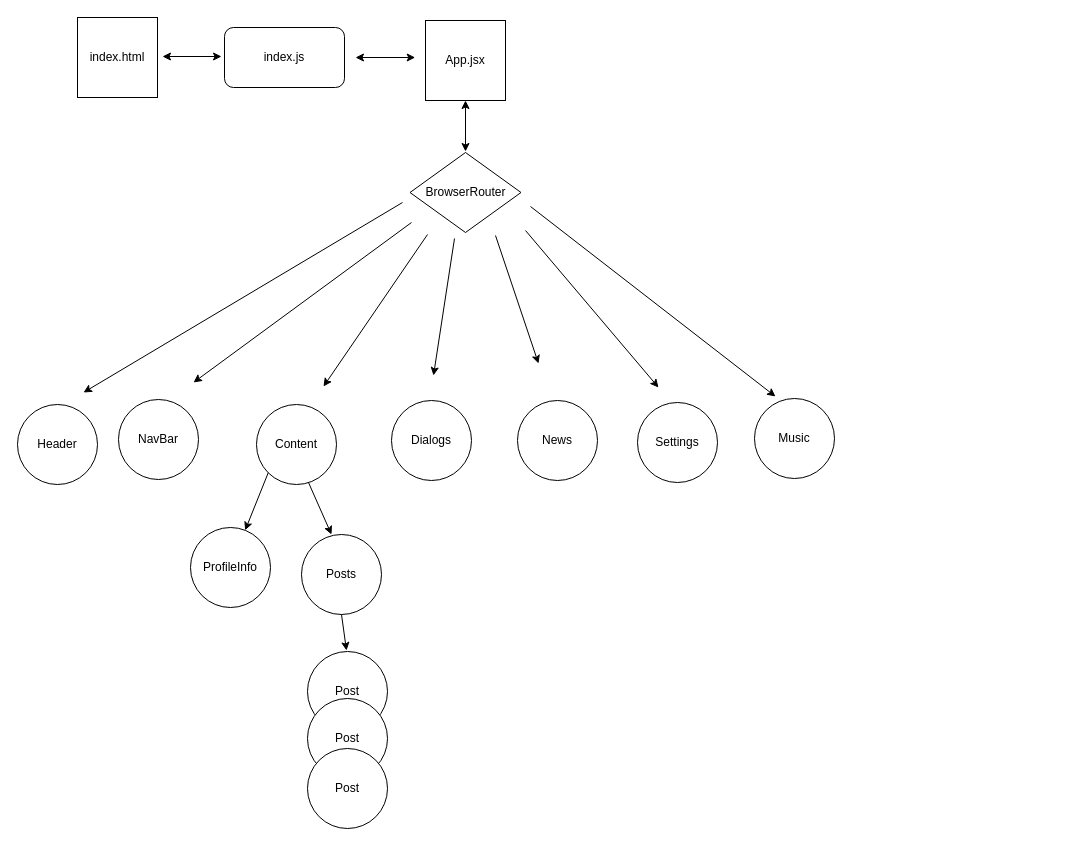
Earlier version of the draw.io diagram nickson-app.drawio (nikolajred/nickson-app). Source tidied: cells renumbered, new cells numbered last; positions are measured from the earlier drawing's top-left corner, leaving out a move shared by most shapes. Both pictures are drawn from the tidied source at 100%, with x=0, y=0 at pixel (17, 17).
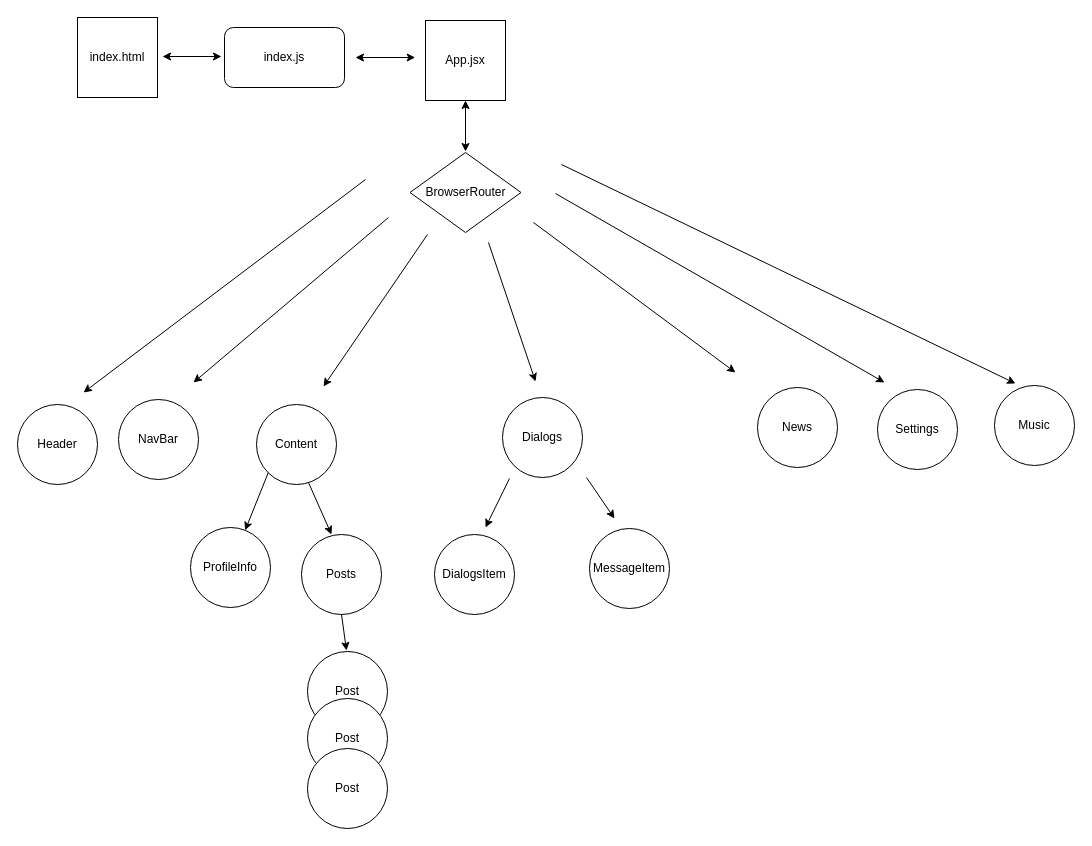
The same page after the edit.

Change to the diagram source:
```diff
@@
     <mxCell id="9" value="Dialogs" style="ellipse;whiteSpace=wrap;html=1;" parent="1" vertex="1">
-      <mxGeometry x="374" y="383" width="80" height="80" as="geometry" />
+      <mxGeometry x="485" y="380" width="80" height="80" as="geometry" />
     </mxCell>
     <mxCell id="10" value="News" style="ellipse;whiteSpace=wrap;html=1;" parent="1" vertex="1">
-      <mxGeometry x="500" y="383" width="80" height="80" as="geometry" />
+      <mxGeometry x="740" y="370" width="80" height="80" as="geometry" />
     </mxCell>
     <mxCell id="11" value="Settings" style="ellipse;whiteSpace=wrap;html=1;" parent="1" vertex="1">
-      <mxGeometry x="620" y="385" width="80" height="80" as="geometry" />
+      <mxGeometry x="860" y="372" width="80" height="80" as="geometry" />
     </mxCell>
@@
     <mxCell id="13" value="Music" style="ellipse;whiteSpace=wrap;html=1;" parent="1" vertex="1">
-      <mxGeometry x="737" y="381" width="80" height="80" as="geometry" />
+      <mxGeometry x="977" y="368" width="80" height="80" as="geometry" />
     </mxCell>
     <mxCell id="14" style="endArrow=classic;html=1;rounded=0;" parent="1" edge="1">
       <mxGeometry relative="1" as="geometry">
-        <mxPoint x="385" y="185" as="sourcePoint" />
+        <mxPoint x="348" y="162" as="sourcePoint" />
         <mxPoint x="66" y="375" as="targetPoint" />
       </mxGeometry>
     </mxCell>
     <mxCell id="15" style="endArrow=classic;html=1;rounded=0;" parent="1" edge="1">
       <mxGeometry relative="1" as="geometry">
-        <mxPoint x="394" y="205" as="sourcePoint" />
+        <mxPoint x="371" y="200" as="sourcePoint" />
         <mxPoint x="176" y="365" as="targetPoint" />
       </mxGeometry>
     </mxCell>
@@
     <mxCell id="17" style="endArrow=classic;html=1;rounded=0;" parent="1" edge="1">
       <mxGeometry relative="1" as="geometry">
-        <mxPoint x="437" y="221" as="sourcePoint" />
-        <mxPoint x="416" y="358" as="targetPoint" />
+        <mxPoint x="471" y="225" as="sourcePoint" />
+        <mxPoint x="518" y="364" as="targetPoint" />
       </mxGeometry>
     </mxCell>
     <mxCell id="18" style="endArrow=classic;html=1;rounded=0;" parent="1" edge="1">
       <mxGeometry relative="1" as="geometry">
-        <mxPoint x="478" y="218" as="sourcePoint" />
-        <mxPoint x="521" y="346" as="targetPoint" />
+        <mxPoint x="516" y="205" as="sourcePoint" />
+        <mxPoint x="718" y="355" as="targetPoint" />
       </mxGeometry>
     </mxCell>
     <mxCell id="19" style="endArrow=classic;html=1;rounded=0;" parent="1" edge="1">
       <mxGeometry relative="1" as="geometry">
-        <mxPoint x="508" y="213" as="sourcePoint" />
-        <mxPoint x="641" y="370" as="targetPoint" />
+        <mxPoint x="538" y="176" as="sourcePoint" />
+        <mxPoint x="867" y="365" as="targetPoint" />
       </mxGeometry>
     </mxCell>
     <mxCell id="20" style="endArrow=classic;html=1;rounded=0;" parent="1" edge="1">
       <mxGeometry relative="1" as="geometry">
-        <mxPoint x="513" y="189" as="sourcePoint" />
-        <mxPoint x="758" y="379" as="targetPoint" />
+        <mxPoint x="544" y="147" as="sourcePoint" />
+        <mxPoint x="998" y="366" as="targetPoint" />
       </mxGeometry>
     </mxCell>
@@
+    <mxCell id="31" value="DialogsItem" style="ellipse;whiteSpace=wrap;html=1;" parent="1" vertex="1">
+      <mxGeometry x="417" y="517" width="80" height="80" as="geometry" />
+    </mxCell>
+    <mxCell id="32" value="MessageItem" style="ellipse;whiteSpace=wrap;html=1;" parent="1" vertex="1">
+      <mxGeometry x="572" y="511" width="80" height="80" as="geometry" />
+    </mxCell>
+    <mxCell id="33" style="endArrow=classic;html=1;rounded=0;" parent="1" edge="1">
+      <mxGeometry relative="1" as="geometry">
+        <mxPoint x="492" y="461" as="sourcePoint" />
+        <mxPoint x="468" y="510" as="targetPoint" />
+      </mxGeometry>
+    </mxCell>
+    <mxCell id="34" style="endArrow=classic;html=1;rounded=0;" parent="1" edge="1">
+      <mxGeometry relative="1" as="geometry">
+        <mxPoint x="569" y="460" as="sourcePoint" />
+        <mxPoint x="597" y="501" as="targetPoint" />
+      </mxGeometry>
+    </mxCell>
```
